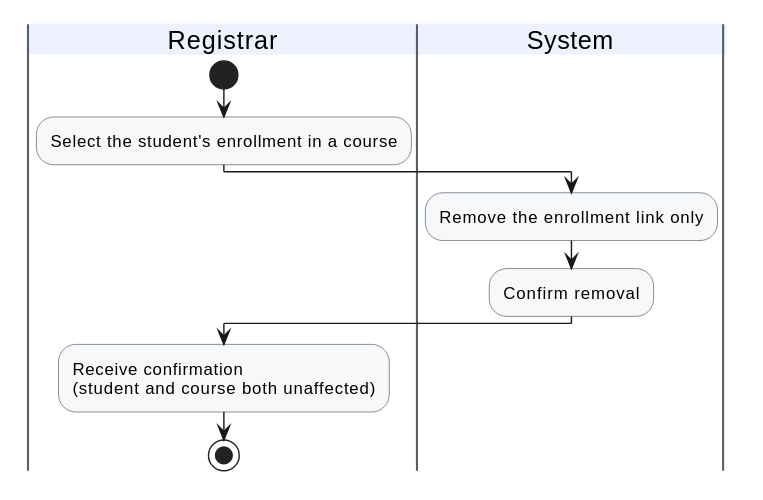
Before: docs/BA-docs/activity-diagram-assets/uc12-end-enrollment.svg, a diagram exported from PlantUML (phuchoang2005/Student-Management-System). The source it was exported from:
```plantuml
@startuml
skinparam backgroundColor transparent
skinparam activity {
  BackgroundColor #F6F8FA
  BorderColor #57606A
  DiamondBackgroundColor #EEF2FF
  DiamondBorderColor #3730A3
}
skinparam swimlane {
  BorderColor #57606A
  TitleBackgroundColor #EEF2FF
}

|Registrar|
start
:Select the student's enrollment in a course;

|System|
:Remove the enrollment link only;
:Confirm removal;

|Registrar|
:Receive confirmation\n(student and course both unaffected);
stop
@enduml
```
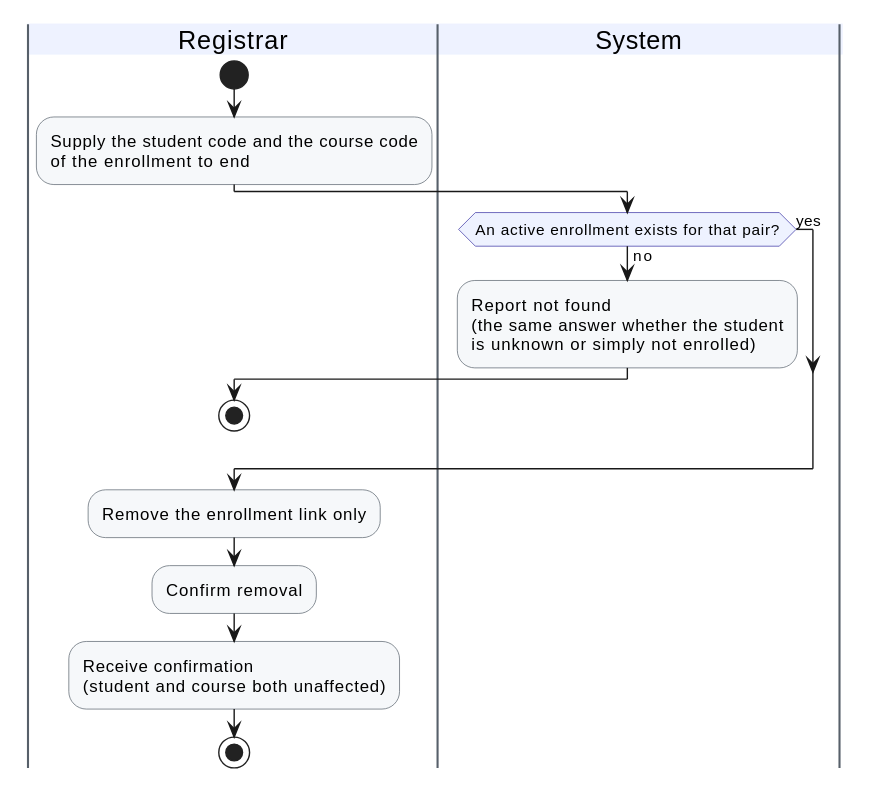
The same diagram one commit later.

What changed in the source:
```diff
@@ -13,9 +13,15 @@
 
 |Registrar|
 start
-:Select the student's enrollment in a course;
+:Supply the student code and the course code\nof the enrollment to end;
 
 |System|
+if (An active enrollment exists for that pair?) then (no)
+  :Report not found\n(the same answer whether the student\nis unknown or simply not enrolled);
+  |Registrar|
+  stop
+else (yes)
+endif
 :Remove the enrollment link only;
 :Confirm removal;
 
```
